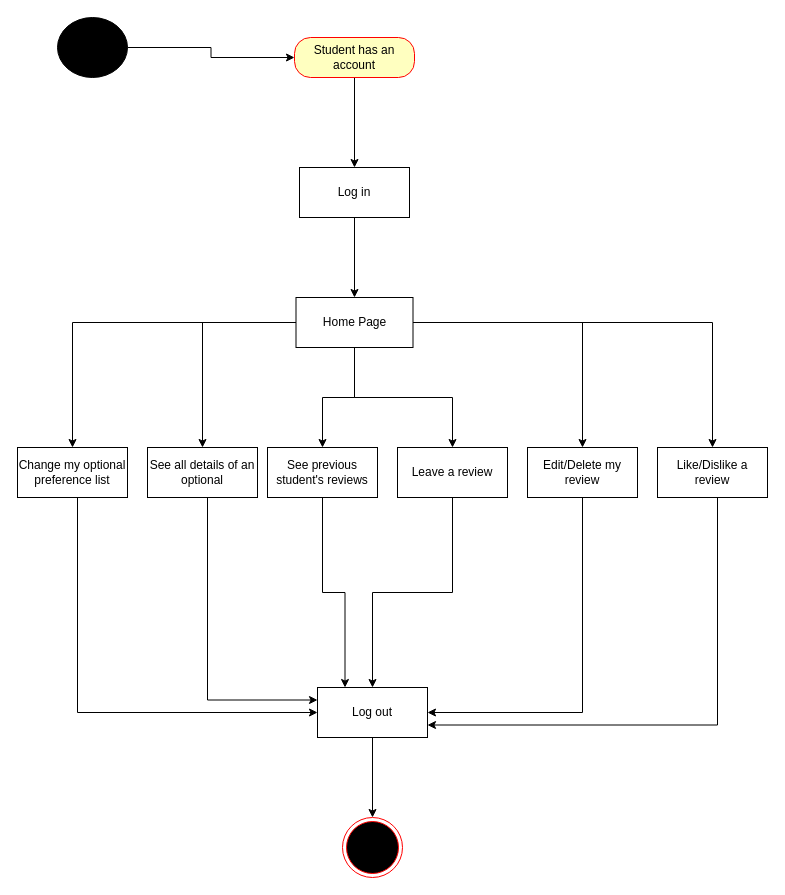
Before: page "Pagină-3" (3 of 3) of ANUL 3 SEM I/Diagramă fără titlu.drawio in RobertaDiana/FMI-UNIBUC, a draw.io diagram. Source tidied: cells renumbered, new cells numbered last; positions are measured from the earlier drawing's top-left corner, leaving out a move shared by most shapes. Both pictures are drawn from the tidied source at 100%, with x=0, y=0 at pixel (17, 17).
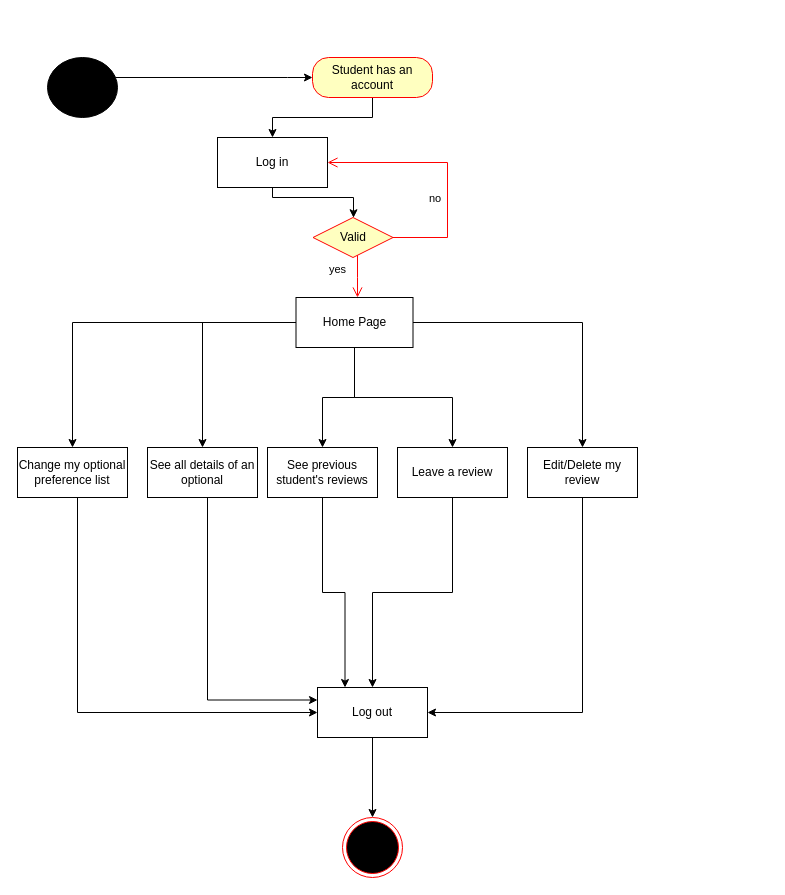
The same diagram, later.

The change refers to these unchanged cells:
```xml
<mxCell id="13" value="Home Page" style="html=1;whiteSpace=wrap;" parent="1" vertex="1">
  <mxGeometry x="278.5" y="280" width="117" height="50" as="geometry" />
</mxCell>
<mxCell id="28" value="Log out" style="html=1;whiteSpace=wrap;" parent="1" vertex="1">
  <mxGeometry x="300" y="670" width="110" height="50" as="geometry" />
</mxCell>
```

The edit, as a diff of the source:
```diff
@@
     <mxCell id="2" style="edgeStyle=orthogonalEdgeStyle;rounded=0;jettySize=auto;html=1;" parent="1" edge="1" source="3" target="5">
-      <mxGeometry relative="1" as="geometry" />
+      <mxGeometry relative="1" as="geometry">
+        <Array as="points">
+          <mxPoint x="270" y="60" />
+          <mxPoint x="270" y="60" />
+        </Array>
+      </mxGeometry>
     </mxCell>
     <mxCell id="3" style="ellipse;whiteSpace=wrap;html=1;rounded=0;shadow=0;comic=0;labelBackgroundColor=none;strokeWidth=1;fillColor=#000000;fontFamily=Verdana;fontSize=12;align=center;" parent="1" vertex="1">
-      <mxGeometry x="40" width="70" height="60" as="geometry" />
+      <mxGeometry x="30" y="40" width="70" height="60" as="geometry" />
     </mxCell>
@@
     <mxCell id="5" value="Student has an account" style="rounded=1;whiteSpace=wrap;html=1;arcSize=40;fontColor=#000000;fillColor=#ffffc0;strokeColor=#ff0000;" parent="1" vertex="1">
-      <mxGeometry x="277" y="20" width="120" height="40" as="geometry" />
+      <mxGeometry x="295" y="40" width="120" height="40" as="geometry" />
     </mxCell>
-    <mxCell id="6" style="edgeStyle=orthogonalEdgeStyle;rounded=0;jettySize=auto;html=1;" parent="1" edge="1" source="7" target="13">
-      <mxGeometry relative="1" as="geometry" />
-    </mxCell>
+    <mxCell id="30" style="edgeStyle=orthogonalEdgeStyle;rounded=0;jettySize=auto;html=1;" parent="1" edge="1" source="7" target="31">
+      <mxGeometry relative="1" as="geometry">
+        <Array as="points">
+          <mxPoint x="255" y="180" />
+          <mxPoint x="336" y="180" />
+        </Array>
+      </mxGeometry>
+    </mxCell>
     <mxCell id="7" value="Log in" style="html=1;whiteSpace=wrap;" parent="1" vertex="1">
-      <mxGeometry x="282" y="150" width="110" height="50" as="geometry" />
+      <mxGeometry x="200" y="120" width="110" height="50" as="geometry" />
     </mxCell>
@@
-    <mxCell id="12" style="edgeStyle=orthogonalEdgeStyle;rounded=0;jettySize=auto;html=1;entryX=0.5;entryY=0;entryDx=0;entryDy=0;" parent="1" edge="1" source="13" target="26">
-      <mxGeometry relative="1" as="geometry" />
-    </mxCell>
@@
-    <mxCell id="25" style="edgeStyle=orthogonalEdgeStyle;rounded=0;jettySize=auto;html=1;entryX=1;entryY=0.75;entryDx=0;entryDy=0;" parent="1" edge="1" source="26" target="28">
-      <mxGeometry relative="1" as="geometry">
-        <Array as="points">
-          <mxPoint x="700" y="708" />
-        </Array>
-      </mxGeometry>
-    </mxCell>
-    <mxCell id="26" value="Like/Dislike a review" style="html=1;whiteSpace=wrap;" parent="1" vertex="1">
-      <mxGeometry x="640" y="430" width="110" height="50" as="geometry" />
-    </mxCell>
@@
+    <mxCell id="31" value="Valid" style="rhombus;whiteSpace=wrap;html=1;fontColor=#000000;fillColor=#ffffc0;strokeColor=#ff0000;" parent="1" vertex="1">
+      <mxGeometry x="295.5" y="200" width="80" height="40" as="geometry" />
+    </mxCell>
+    <mxCell id="32" value="no" style="edgeStyle=orthogonalEdgeStyle;html=1;align=left;verticalAlign=bottom;endArrow=open;endSize=8;strokeColor=#ff0000;rounded=0;exitX=1;exitY=0.5;exitDx=0;exitDy=0;entryX=1;entryY=0.5;entryDx=0;entryDy=0;" parent="1" edge="1" source="31" target="7">
+      <mxGeometry x="-0.32" y="20" relative="1" as="geometry">
+        <Array as="points">
+          <mxPoint x="430" y="220" />
+          <mxPoint x="430" y="145" />
+        </Array>
+      </mxGeometry>
+    </mxCell>
+    <mxCell id="33" value="yes" style="edgeStyle=orthogonalEdgeStyle;html=1;align=left;verticalAlign=top;endArrow=open;endSize=8;strokeColor=#ff0000;rounded=0;" parent="1" edge="1" source="31">
+      <mxGeometry x="-0.89" y="-30" relative="1" as="geometry">
+        <mxPoint x="340" y="280" as="targetPoint" />
+        <Array as="points">
+          <mxPoint x="340" y="260" />
+          <mxPoint x="340" y="260" />
+        </Array>
+        <mxPoint y="-1" as="offset" />
+      </mxGeometry>
+    </mxCell>
```
